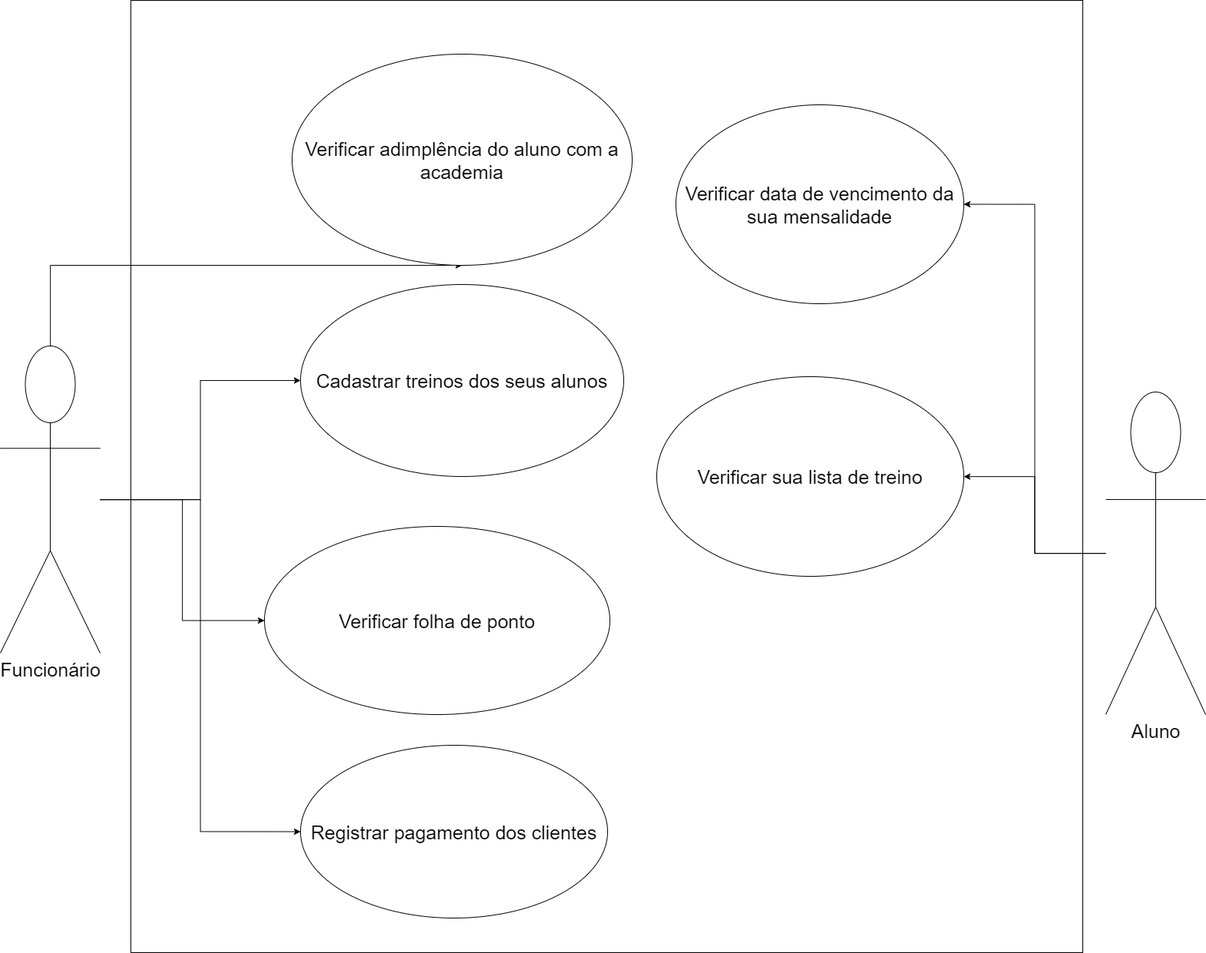
Earlier version of the draw.io export Casos de uso Academia.png (xrafff/Projeto-academia-). Source tidied: cells renumbered, new cells last; positions are measured from the earlier drawing's top-left corner, leaving out a move shared by most shapes.
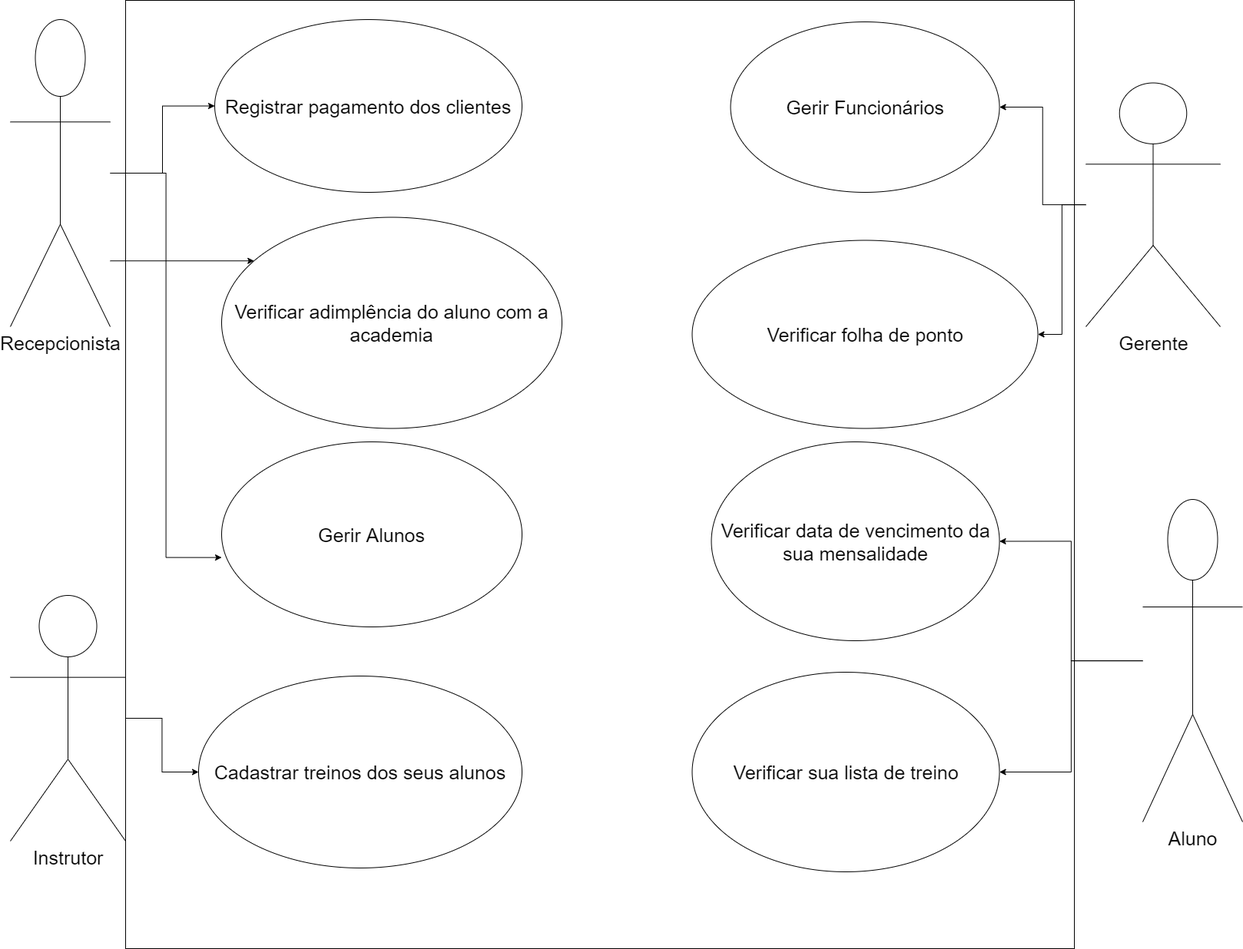
Later version of the same file.

Commit message:
Casos de uso 2.0

Atualização dos casos de uso do sistema

The edit, as a diff of the source:
```diff
@@ -3,7 +3,7 @@
     <mxCell id="0" />
     <mxCell id="1" parent="0" />
     <mxCell id="2" style="whiteSpace=wrap;html=1;" parent="1" vertex="1">
-      <mxGeometry x="170" width="1240" height="1240" as="geometry" />
+      <mxGeometry x="130" y="20" width="1235" height="1235" as="geometry" />
     </mxCell>
     <mxCell id="3" style="edgeStyle=orthogonalEdgeStyle;rounded=0;jettySize=auto;html=1;fontSize=25;" parent="1" edge="1" source="7" target="11">
       <mxGeometry relative="1" as="geometry">
@@ -14,17 +14,14 @@
         </Array>
       </mxGeometry>
     </mxCell>
-    <mxCell id="4" style="edgeStyle=orthogonalEdgeStyle;rounded=0;jettySize=auto;html=1;fontSize=25;" parent="1" edge="1" source="7" target="12">
-      <mxGeometry relative="1" as="geometry" />
-    </mxCell>
-    <mxCell id="5" style="edgeStyle=orthogonalEdgeStyle;rounded=0;jettySize=auto;html=1;fontSize=25;" parent="1" edge="1" source="7" target="13">
-      <mxGeometry relative="1" as="geometry" />
-    </mxCell>
     <mxCell id="6" style="edgeStyle=orthogonalEdgeStyle;rounded=0;jettySize=auto;html=1;entryX=0;entryY=0.5;entryDx=0;entryDy=0;fontSize=25;" parent="1" edge="1" source="7" target="16">
       <mxGeometry relative="1" as="geometry" />
     </mxCell>
+    <mxCell id="17" style="edgeStyle=orthogonalEdgeStyle;rounded=0;jettySize=auto;html=1;entryX=0;entryY=0.625;entryDx=0;entryDy=0;entryPerimeter=0;" parent="1" edge="1" source="7" target="18">
+      <mxGeometry relative="1" as="geometry" />
+    </mxCell>
-    <mxCell id="7" value="Funcionário" style="shape=umlActor;verticalLabelPosition=bottom;verticalAlign=top;html=1;outlineConnect=0;fontSize=25;" parent="1" vertex="1">
-      <mxGeometry y="450" width="130" height="400" as="geometry" />
+    <mxCell id="7" value="Recepcionista" style="shape=umlActor;verticalLabelPosition=bottom;verticalAlign=top;html=1;outlineConnect=0;fontSize=25;" parent="1" vertex="1">
+      <mxGeometry x="-20" y="45" width="130" height="400" as="geometry" />
     </mxCell>
     <mxCell id="8" style="edgeStyle=orthogonalEdgeStyle;rounded=0;jettySize=auto;html=1;entryX=1;entryY=0.5;entryDx=0;entryDy=0;fontSize=25;" parent="1" edge="1" source="10" target="14">
       <mxGeometry relative="1" as="geometry" />
@@ -33,25 +30,46 @@
       <mxGeometry relative="1" as="geometry" />
     </mxCell>
     <mxCell id="10" value="Aluno" style="shape=umlActor;verticalLabelPosition=bottom;verticalAlign=top;html=1;outlineConnect=0;fontSize=25;" parent="1" vertex="1">
-      <mxGeometry x="1440" y="510" width="130" height="420" as="geometry" />
+      <mxGeometry x="1454" y="670" width="130" height="420" as="geometry" />
     </mxCell>
     <mxCell id="11" value="&lt;font style=&quot;font-size: 25px&quot;&gt;Verificar adimplência do aluno com a academia&lt;/font&gt;" style="ellipse;whiteSpace=wrap;html=1;" parent="1" vertex="1">
-      <mxGeometry x="380" y="70" width="443" height="275" as="geometry" />
+      <mxGeometry x="255" y="302.5" width="443" height="275" as="geometry" />
     </mxCell>
     <mxCell id="12" value="Cadastrar treinos dos seus alunos" style="ellipse;whiteSpace=wrap;html=1;fontSize=25;" parent="1" vertex="1">
-      <mxGeometry x="391" y="370" width="421" height="250" as="geometry" />
+      <mxGeometry x="225" y="900" width="421" height="250" as="geometry" />
     </mxCell>
     <mxCell id="13" value="Verificar folha de ponto" style="ellipse;whiteSpace=wrap;html=1;fontSize=25;" parent="1" vertex="1">
-      <mxGeometry x="344" y="685" width="450" height="245" as="geometry" />
+      <mxGeometry x="867.5" y="332.5" width="450" height="245" as="geometry" />
     </mxCell>
     <mxCell id="14" value="Verificar data de vencimento da sua mensalidade" style="ellipse;whiteSpace=wrap;html=1;fontSize=25;" parent="1" vertex="1">
-      <mxGeometry x="880" y="136" width="375" height="259" as="geometry" />
+      <mxGeometry x="892.5" y="595" width="375" height="259" as="geometry" />
     </mxCell>
     <mxCell id="15" value="Verificar sua lista de treino" style="ellipse;whiteSpace=wrap;html=1;fontSize=25;" parent="1" vertex="1">
-      <mxGeometry x="855" y="490" width="400" height="260" as="geometry" />
+      <mxGeometry x="867.5" y="895" width="400" height="260" as="geometry" />
     </mxCell>
     <mxCell id="16" value="Registrar pagamento dos clientes" style="ellipse;whiteSpace=wrap;html=1;fontSize=25;" parent="1" vertex="1">
-      <mxGeometry x="391" y="970" width="400" height="225" as="geometry" />
+      <mxGeometry x="246" y="45" width="400" height="225" as="geometry" />
     </mxCell>
+    <mxCell id="18" value="&lt;font style=&quot;font-size: 25px&quot;&gt;Gerir Alunos&lt;/font&gt;" style="ellipse;whiteSpace=wrap;html=1;" parent="1" vertex="1">
+      <mxGeometry x="255" y="595" width="391" height="241" as="geometry" />
+    </mxCell>
+    <mxCell id="19" style="edgeStyle=orthogonalEdgeStyle;rounded=0;jettySize=auto;html=1;fontSize=25;" parent="1" edge="1" source="20" target="12">
+      <mxGeometry relative="1" as="geometry" />
+    </mxCell>
+    <mxCell id="20" value="Instrutor" style="shape=umlActor;verticalLabelPosition=bottom;verticalAlign=top;html=1;outlineConnect=0;fontSize=25;" parent="1" vertex="1">
+      <mxGeometry x="-20" y="795" width="150" height="320" as="geometry" />
+    </mxCell>
+    <mxCell id="21" value="Gerir Funcionários" style="ellipse;whiteSpace=wrap;html=1;fontSize=25;" parent="1" vertex="1">
+      <mxGeometry x="917.5" y="48" width="350" height="222" as="geometry" />
+    </mxCell>
+    <mxCell id="22" style="edgeStyle=orthogonalEdgeStyle;rounded=0;jettySize=auto;html=1;fontSize=25;" parent="1" edge="1" source="24" target="21">
+      <mxGeometry relative="1" as="geometry" />
+    </mxCell>
+    <mxCell id="23" style="edgeStyle=orthogonalEdgeStyle;rounded=0;jettySize=auto;html=1;fontSize=25;" parent="1" edge="1" source="24" target="13">
+      <mxGeometry relative="1" as="geometry" />
+    </mxCell>
+    <mxCell id="24" value="Gerente" style="shape=umlActor;verticalLabelPosition=bottom;verticalAlign=top;html=1;outlineConnect=0;fontSize=25;" parent="1" vertex="1">
+      <mxGeometry x="1380" y="127.5" width="175" height="317.5" as="geometry" />
+    </mxCell>
   </root>
 </mxGraphModel>
```
